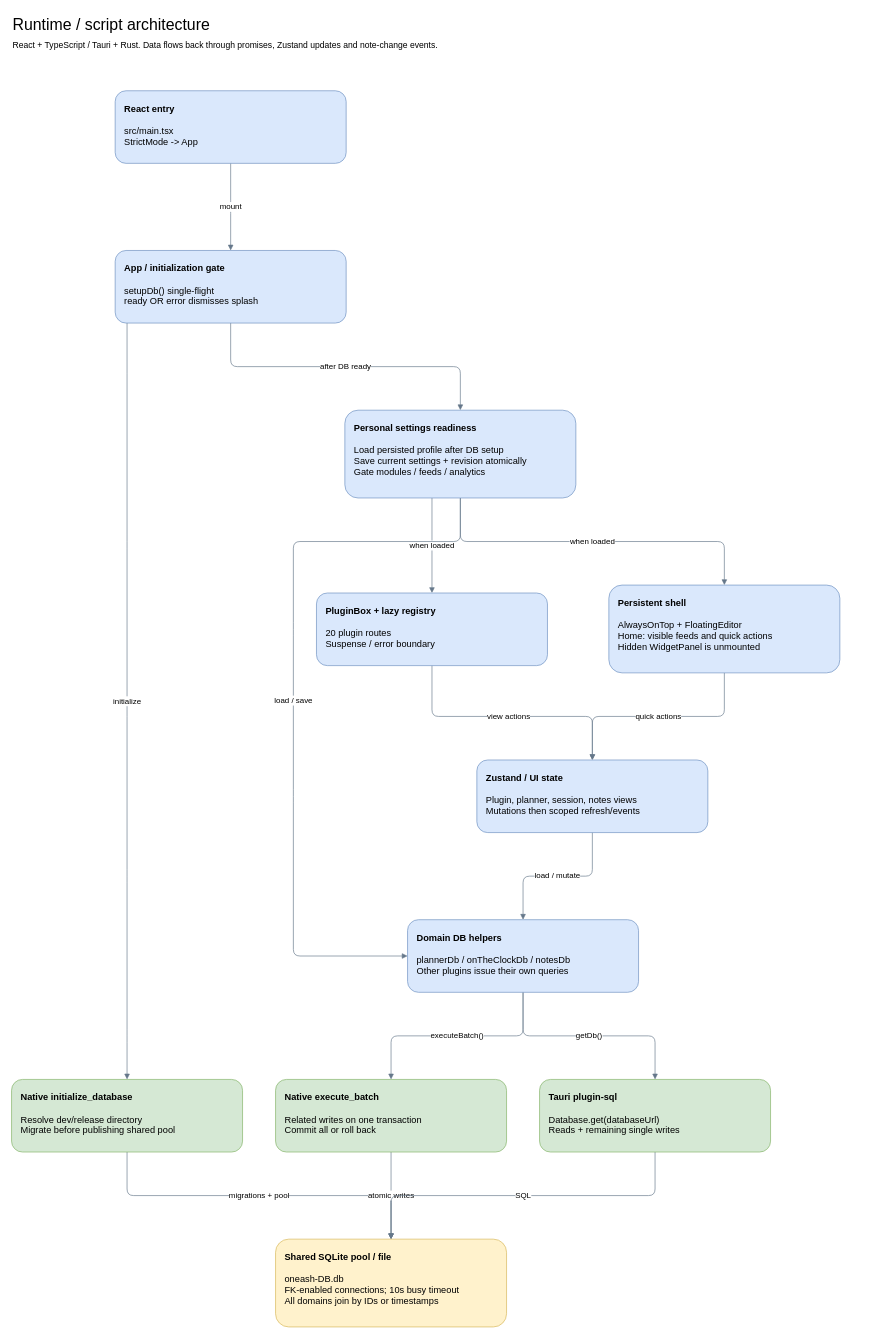
Earlier version of the draw.io diagram page "Runtime / script architecture" (1 of 16) of docs/architecture/mycelium-architecture.drawio (xorca0711/Mycelium_OS_Opt). Source tidied: cells renumbered, new cells numbered last; positions are measured from the earlier drawing's top-left corner, leaving out a move shared by most shapes. Both pictures are drawn from the tidied source at 66%, with x=0, y=0 at pixel (11, 11).
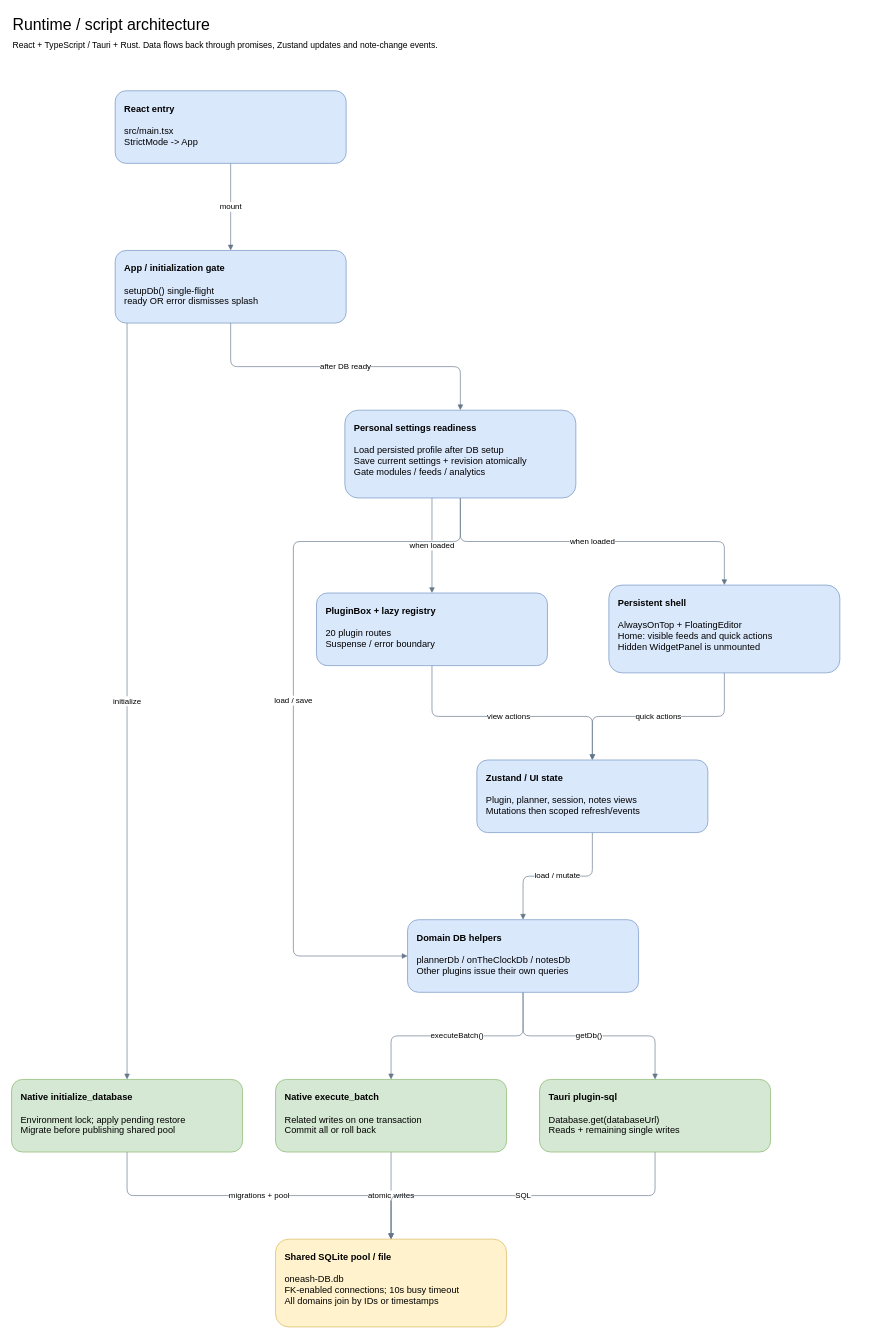
After the change.

What changed in the source:
```diff
@@
-    <mxCell id="25" value="&lt;b&gt;Native initialize_database&lt;/b&gt;&lt;br&gt;&lt;br&gt;Resolve dev/release directory&lt;br&gt;Migrate before publishing shared pool" style="rounded=1;whiteSpace=wrap;html=1;align=left;verticalAlign=top;spacing=14;fontSize=14;fillColor=#d5e8d4;strokeColor=#82b366;" parent="1" vertex="1">
+    <mxCell id="25" value="&lt;b&gt;Native initialize_database&lt;/b&gt;&lt;br&gt;&lt;br&gt;Environment lock; apply pending restore&lt;br&gt;Migrate before publishing shared pool" style="rounded=1;whiteSpace=wrap;html=1;align=left;verticalAlign=top;spacing=14;fontSize=14;fillColor=#d5e8d4;strokeColor=#82b366;" parent="1" vertex="1">
       <mxGeometry y="1618" width="350" height="110" as="geometry" />
     </mxCell>
```
